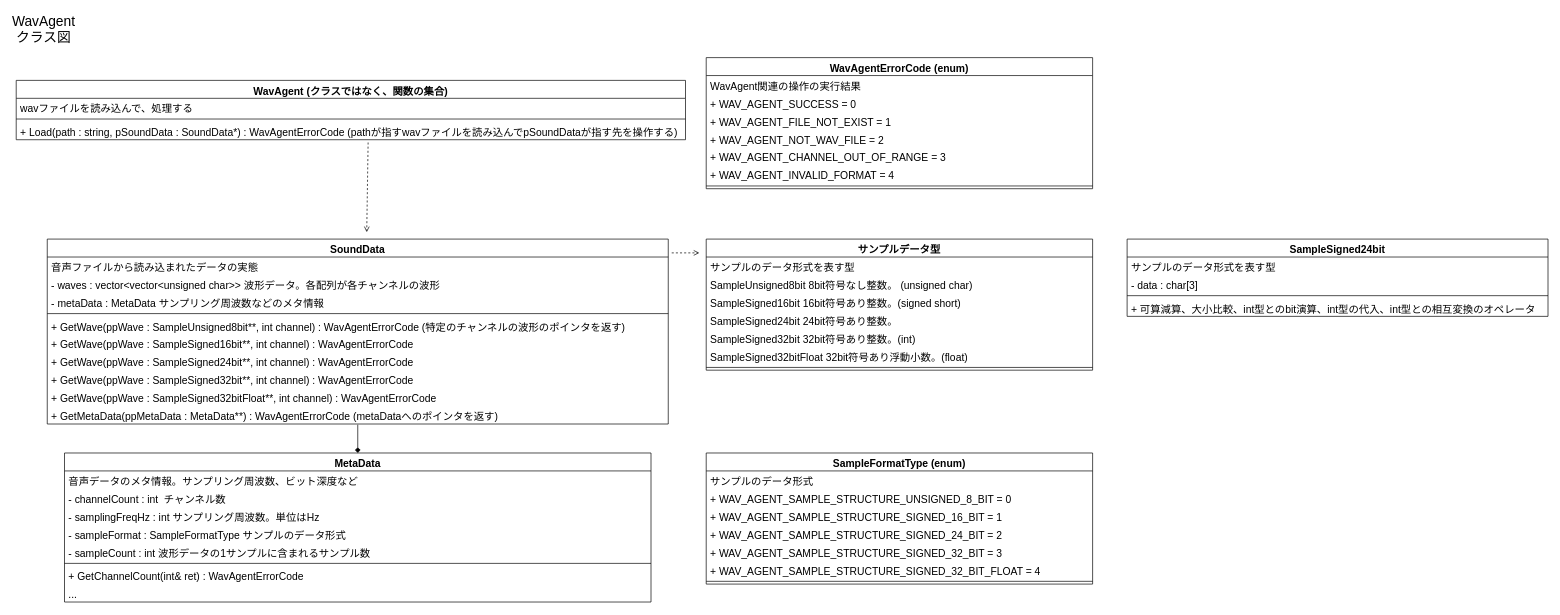
The draw.io diagram design/WavAgentClassDiagram.drawio in Dumble009/WavAgent, before the edit. Source tidied: cells renumbered, new cells numbered last; positions are measured from the earlier drawing's top-left corner, leaving out a move shared by most shapes. Both pictures are drawn from the tidied source at 69%, with x=0, y=0 at pixel (16, 18).
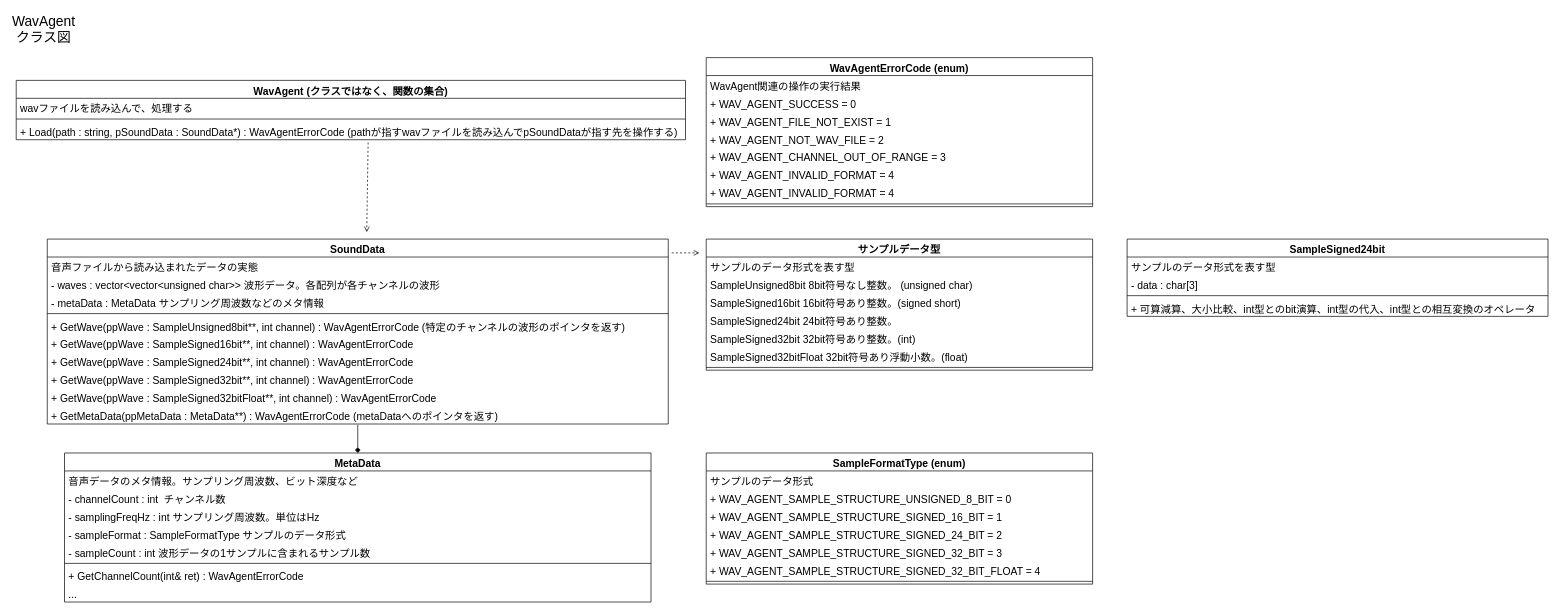
The same diagram, later.

Change to the diagram source:
```diff
@@
     <mxCell id="29" value="WavAgentErrorCode (enum)" style="swimlane;fontStyle=1;align=center;verticalAlign=top;horizontal=1;startSize=26;fontSize=15;" parent="1" vertex="1">
-      <mxGeometry x="1000" y="57" width="560" height="190" as="geometry" />
+      <mxGeometry x="1000" y="57" width="560" height="216" as="geometry" />
     </mxCell>
@@
+    <mxCell id="59" value="+ WAV_AGENT_INVALID_FORMAT = 4" style="text;strokeColor=none;fillColor=none;align=left;verticalAlign=top;spacingLeft=4;spacingRight=4;overflow=hidden;fontSize=15;" parent="29" vertex="1">
+      <mxGeometry y="182" width="560" height="26" as="geometry" />
+    </mxCell>
     <mxCell id="36" style="line;strokeWidth=1;fillColor=none;align=left;verticalAlign=middle;spacingTop=-1;spacingLeft=3;spacingRight=3;labelPosition=right;fontSize=15;" parent="29" vertex="1">
-      <mxGeometry y="182" width="560" height="8" as="geometry" />
+      <mxGeometry y="208" width="560" height="8" as="geometry" />
     </mxCell>
```
